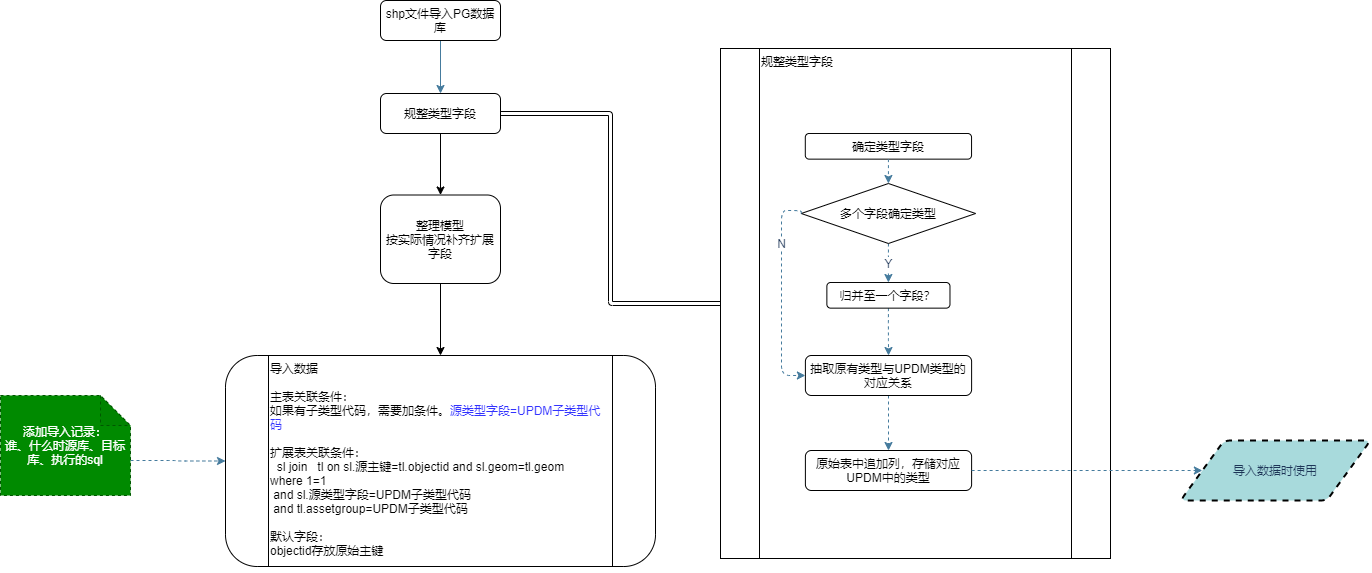
Earlier version of the draw.io export 初版导入数据流程.png (siesteven/notes). Source tidied: cells renumbered, new cells last; positions are measured from the earlier drawing's top-left corner, leaving out a move shared by most shapes.
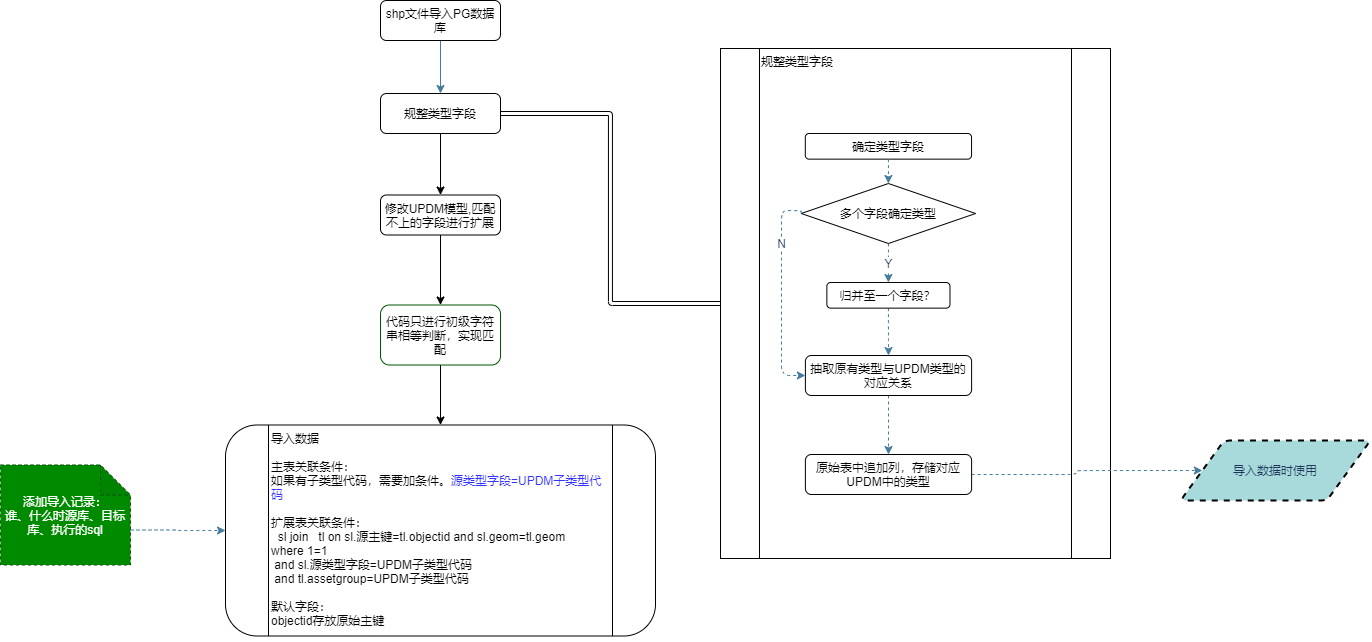
The same diagram one commit later.

Commit message:
Update 初版导入数据流程.png

What changed in the source:
```diff
@@ -11,17 +11,23 @@
     <mxCell id="4" value="shp文件导入PG数据库" style="rounded=1;whiteSpace=wrap;html=1;fontSize=12;glass=0;strokeWidth=1;shadow=0;" parent="1" vertex="1">
       <mxGeometry x="380" width="120" height="40" as="geometry" />
     </mxCell>
+    <mxCell id="26" style="edgeStyle=orthogonalEdgeStyle;rounded=0;jettySize=auto;html=1;labelBackgroundColor=#F1FAEE;fontColor=#1D3557;" parent="1" edge="1" source="5" target="27">
+      <mxGeometry relative="1" as="geometry" />
+    </mxCell>
-    <mxCell id="5" value="整理模型&lt;br&gt;按实际情况补齐扩展字段" style="rounded=1;whiteSpace=wrap;html=1;fontSize=12;glass=0;strokeWidth=1;shadow=0;" parent="1" vertex="1">
-      <mxGeometry x="380" y="194.5" width="120" height="88.5" as="geometry" />
+    <mxCell id="5" value="&lt;span style=&quot;&quot;&gt;修改UPDM模型,匹配不上的字段进行扩展&lt;/span&gt;" style="rounded=1;whiteSpace=wrap;html=1;fontSize=12;glass=0;strokeWidth=1;shadow=0;" parent="1" vertex="1">
+      <mxGeometry x="380" y="194.5" width="120" height="40" as="geometry" />
     </mxCell>
-    <mxCell id="6" style="edgeStyle=orthogonalEdgeStyle;rounded=0;jettySize=auto;html=1;labelBackgroundColor=#F1FAEE;fontColor=#1D3557;exitX=0.5;exitY=1;exitDx=0;exitDy=0;" parent="1" edge="1" source="5" target="7">
+    <mxCell id="6" style="edgeStyle=orthogonalEdgeStyle;rounded=0;jettySize=auto;html=1;labelBackgroundColor=#F1FAEE;fontColor=#1D3557;" parent="1" edge="1" source="27" target="7">
       <mxGeometry relative="1" as="geometry" />
     </mxCell>
+    <mxCell id="27" value="&lt;font color=&quot;#000000&quot;&gt;代码只进行初级字符串相等判断，实现匹配&lt;/font&gt;" style="whiteSpace=wrap;html=1;rounded=1;shadow=0;strokeWidth=1;glass=0;strokeColor=#005700;fontColor=#ffffff;fillColor=#FFFFFF;" parent="1" vertex="1">
+      <mxGeometry x="380" y="304.5" width="120" height="60" as="geometry" />
+    </mxCell>
     <mxCell id="7" value="导入数据&lt;br&gt;&lt;br&gt;主表关联条件：&lt;br&gt;如果有子类型代码，需要加条件。&lt;font color=&quot;#3333ff&quot;&gt;源类型字段=UPDM子类型代码&lt;/font&gt;&lt;br&gt;&lt;br&gt;扩展表关联条件：&lt;br&gt;&lt;div&gt;&amp;nbsp; sl join&amp;nbsp; &amp;nbsp;tl on sl.源主键=tl.objectid and sl.geom=tl.geom&lt;/div&gt;&lt;div&gt;where 1=1&amp;nbsp;&lt;/div&gt;&lt;div&gt;&amp;nbsp;and sl.源类型字段=UPDM子类型代码&lt;/div&gt;&lt;div&gt;&amp;nbsp;and tl.assetgroup=UPDM子类型代码&lt;/div&gt;&lt;div&gt;&lt;br&gt;&lt;/div&gt;&lt;div&gt;默认字段：&lt;/div&gt;&lt;div&gt;objectid存放原始主键&lt;/div&gt;&lt;div&gt;&lt;br&gt;&lt;/div&gt;" style="shape=process;whiteSpace=wrap;html=1;backgroundOutline=1;rounded=1;shadow=0;strokeWidth=1;glass=0;verticalAlign=top;align=left;" parent="1" vertex="1">
-      <mxGeometry x="225" y="355" width="430" height="211" as="geometry" />
+      <mxGeometry x="225" y="424.5" width="430" height="211" as="geometry" />
     </mxCell>
     <mxCell id="8" value="原始表中追加列，存储对应UPDM中的类型" style="rounded=1;whiteSpace=wrap;html=1;fontSize=12;glass=0;strokeWidth=1;shadow=0;" parent="1" vertex="1">
-      <mxGeometry x="804.9" y="450" width="166.2" height="40" as="geometry" />
+      <mxGeometry x="804.9" y="454" width="166.2" height="40" as="geometry" />
     </mxCell>
     <mxCell id="9" style="edgeStyle=orthogonalEdgeStyle;rounded=1;sketch=0;jettySize=auto;html=1;dashed=1;strokeColor=#457B9D;fillColor=#A8DADC;fontColor=#1D3557;" parent="1" edge="1" source="10" target="8">
       <mxGeometry relative="1" as="geometry" />
@@ -77,7 +83,7 @@
       <mxGeometry relative="1" as="geometry" />
     </mxCell>
     <mxCell id="25" value="添加导入记录：&lt;br&gt;谁、什么时源库、目标库、执行的sql" style="shape=note;whiteSpace=wrap;html=1;backgroundOutline=1;darkOpacity=0.05;rounded=0;dashed=1;sketch=0;strokeColor=#005700;fillColor=#008a00;fontColor=#ffffff;" parent="1" vertex="1">
-      <mxGeometry y="395" width="130" height="100" as="geometry" />
+      <mxGeometry y="464.5" width="130" height="100" as="geometry" />
     </mxCell>
   </root>
 </mxGraphModel>
```
